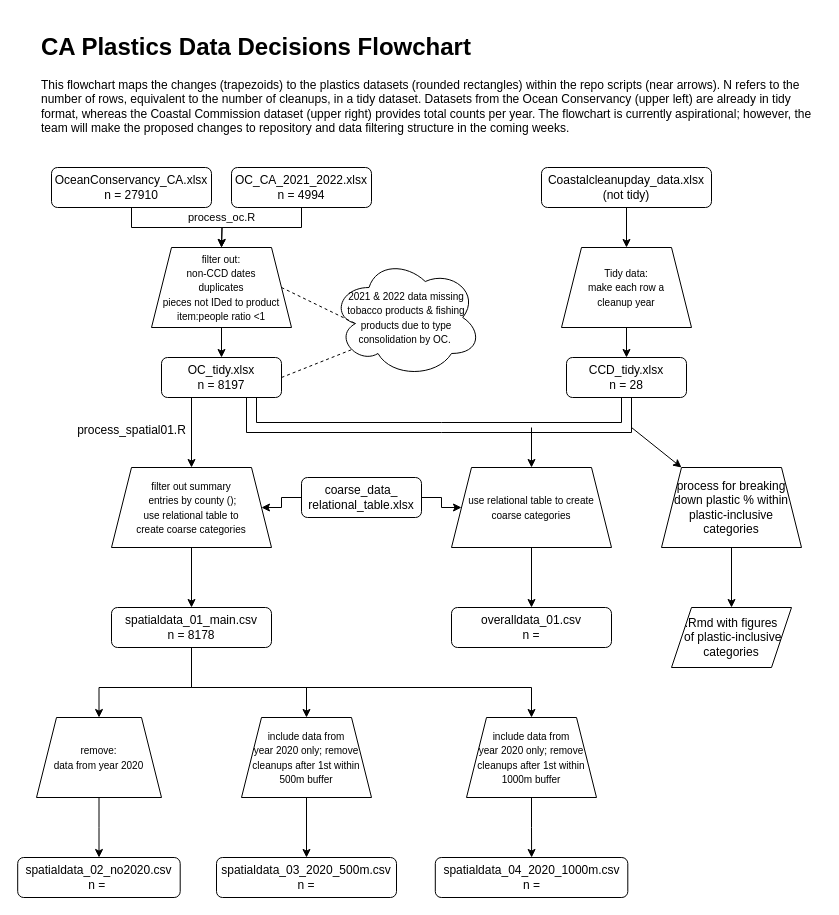
The draw.io diagram figures/Untitled Diagram.drawio in cclatterbuck/CAplastics, before the edit. Source tidied: cells renumbered, new cells numbered last; positions are measured from the earlier drawing's top-left corner, leaving out a move shared by most shapes. Both pictures are drawn from the tidied source at 100%, with x=0, y=0 at pixel (17, 27).
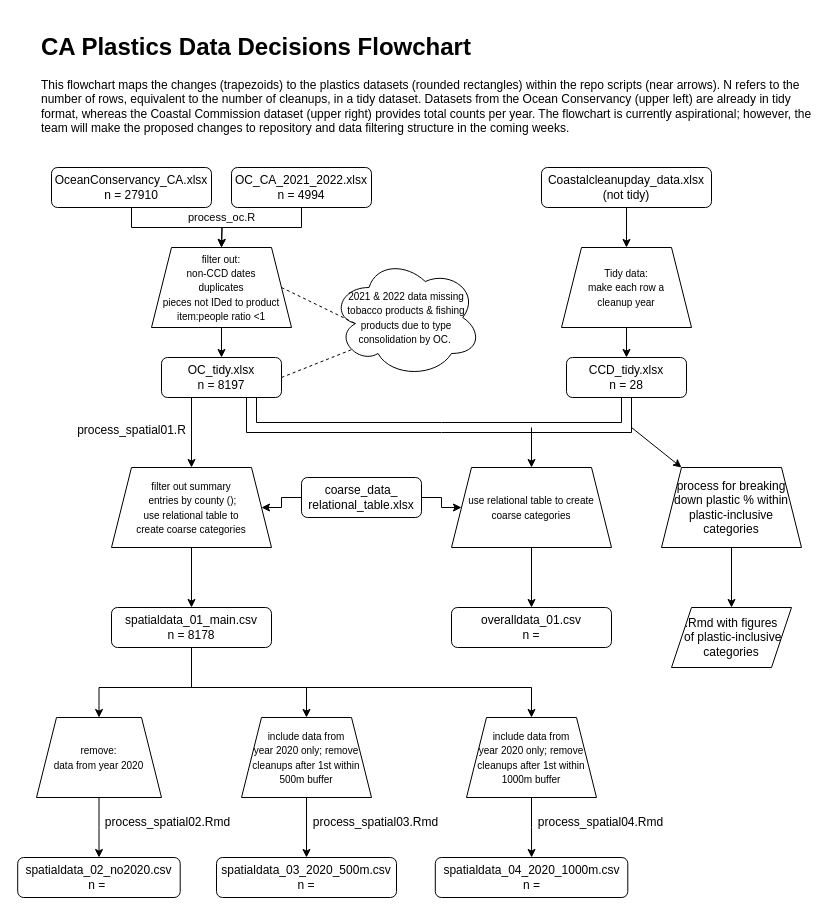
Above is the later version.

Commit message:
added new Rmd file names to arrows

What changed in the source:
```diff
@@
+    <mxCell id="47" value="process_spatial02.Rmd" style="text;html=1;align=center;verticalAlign=middle;strokeColor=none;fillColor=none;" parent="1" vertex="1">
+      <mxGeometry x="75" y="780" width="150" height="30" as="geometry" />
+    </mxCell>
+    <mxCell id="48" value="process_spatial03.Rmd" style="text;html=1;align=center;verticalAlign=middle;strokeColor=none;fillColor=none;" parent="1" vertex="1">
+      <mxGeometry x="283" y="780" width="150" height="30" as="geometry" />
+    </mxCell>
+    <mxCell id="49" value="process_spatial04.Rmd" style="text;html=1;align=center;verticalAlign=middle;strokeColor=none;fillColor=none;" parent="1" vertex="1">
+      <mxGeometry x="508" y="780" width="150" height="30" as="geometry" />
+    </mxCell>
```
